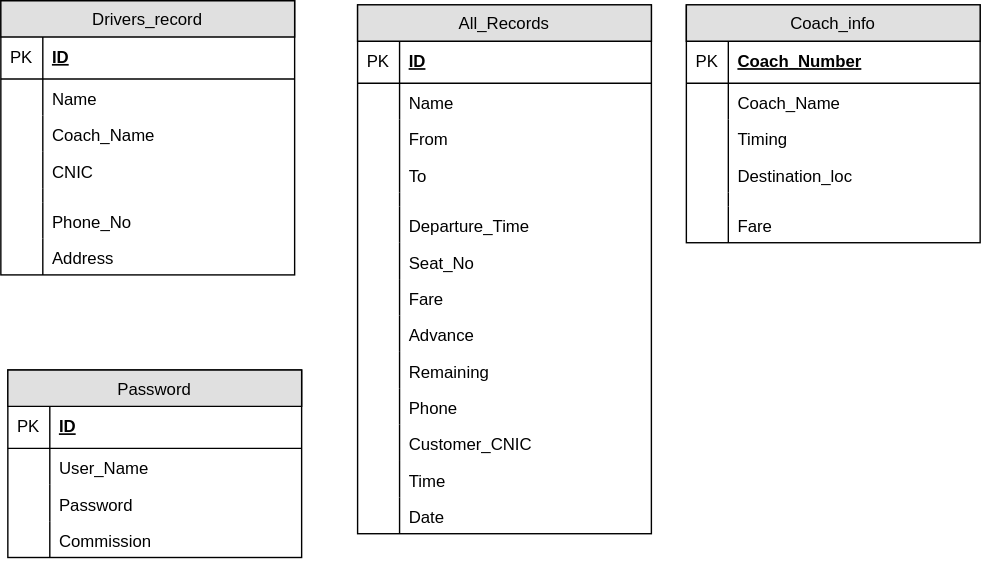
Earlier version of the draw.io export ERD.svg (Tabish810/Server-Side-App). Source tidied: cells renumbered, new cells last; positions are measured from the earlier drawing's top-left corner, leaving out a move shared by most shapes. Its diagram source:
```xml
<mxGraphModel background="#ffffff">
  <root>
    <mxCell id="0" />
    <mxCell id="1" parent="0" />
    <mxCell id="2" value="All_Records" style="swimlane;fontStyle=0;horizontal=1;startSize=26;fillColor=#e0e0e0;swimlaneFillColor=#ffffff;align=center;" parent="1" vertex="1">
      <mxGeometry x="255" y="3" width="210" height="378" as="geometry" />
    </mxCell>
    <mxCell id="3" value="ID" style="shape=partialRectangle;top=0;left=0;right=0;bottom=1;align=left;verticalAlign=middle;fillColor=none;spacingLeft=34;spacingRight=4;overflow=hidden;fontStyle=5;" parent="2" vertex="1">
      <mxGeometry y="26" width="210" height="30" as="geometry" />
    </mxCell>
    <mxCell id="4" value="PK" style="shape=partialRectangle;top=0;left=0;bottom=0;fillColor=none;align=left;verticalAlign=middle;spacingLeft=4;spacingRight=4;overflow=hidden;" parent="3" vertex="1">
      <mxGeometry width="30" height="30" as="geometry" />
    </mxCell>
    <mxCell id="5" value="Name" style="shape=partialRectangle;top=0;left=0;right=0;bottom=0;align=left;verticalAlign=top;fillColor=none;spacingLeft=34;spacingRight=4;overflow=hidden;" parent="2" vertex="1">
      <mxGeometry y="56" width="210" height="26" as="geometry" />
    </mxCell>
    <mxCell id="6" style="shape=partialRectangle;top=0;left=0;bottom=0;fillColor=none;align=left;verticalAlign=top;spacingLeft=4;spacingRight=4;overflow=hidden;" parent="5" vertex="1">
      <mxGeometry width="30" height="26" as="geometry" />
    </mxCell>
    <mxCell id="7" value="From" style="shape=partialRectangle;top=0;left=0;right=0;bottom=0;align=left;verticalAlign=top;fillColor=none;spacingLeft=34;spacingRight=4;overflow=hidden;" parent="2" vertex="1">
      <mxGeometry y="82" width="210" height="26" as="geometry" />
    </mxCell>
    <mxCell id="8" style="shape=partialRectangle;top=0;left=0;bottom=0;fillColor=none;align=left;verticalAlign=top;spacingLeft=4;spacingRight=4;overflow=hidden;" parent="7" vertex="1">
      <mxGeometry width="30" height="26" as="geometry" />
    </mxCell>
    <mxCell id="9" value="To" style="shape=partialRectangle;top=0;left=0;right=0;bottom=0;align=left;verticalAlign=top;fillColor=none;spacingLeft=34;spacingRight=4;overflow=hidden;" parent="2" vertex="1">
      <mxGeometry y="108" width="210" height="26" as="geometry" />
    </mxCell>
    <mxCell id="10" style="shape=partialRectangle;top=0;left=0;bottom=0;fillColor=none;align=left;verticalAlign=top;spacingLeft=4;spacingRight=4;overflow=hidden;" parent="9" vertex="1">
      <mxGeometry width="30" height="26" as="geometry" />
    </mxCell>
    <mxCell id="11" style="shape=partialRectangle;top=0;left=0;right=0;bottom=0;align=left;verticalAlign=top;fillColor=none;spacingLeft=34;spacingRight=4;overflow=hidden;" parent="2" vertex="1">
      <mxGeometry y="134" width="210" height="10" as="geometry" />
    </mxCell>
    <mxCell id="12" style="shape=partialRectangle;top=0;left=0;bottom=0;fillColor=none;align=left;verticalAlign=top;spacingLeft=4;spacingRight=4;overflow=hidden;" parent="11" vertex="1">
      <mxGeometry width="30" height="10" as="geometry" />
    </mxCell>
    <mxCell id="13" value="Departure_Time" style="shape=partialRectangle;top=0;left=0;right=0;bottom=0;align=left;verticalAlign=top;fillColor=none;spacingLeft=34;spacingRight=4;overflow=hidden;" parent="2" vertex="1">
      <mxGeometry y="144" width="210" height="26" as="geometry" />
    </mxCell>
    <mxCell id="14" style="shape=partialRectangle;top=0;left=0;bottom=0;fillColor=none;align=left;verticalAlign=top;spacingLeft=4;spacingRight=4;overflow=hidden;" parent="13" vertex="1">
      <mxGeometry width="30" height="26" as="geometry" />
    </mxCell>
    <mxCell id="15" value="Seat_No" style="shape=partialRectangle;top=0;left=0;right=0;bottom=0;align=left;verticalAlign=top;fillColor=none;spacingLeft=34;spacingRight=4;overflow=hidden;" parent="2" vertex="1">
      <mxGeometry y="170" width="210" height="26" as="geometry" />
    </mxCell>
    <mxCell id="16" style="shape=partialRectangle;top=0;left=0;bottom=0;fillColor=none;align=left;verticalAlign=top;spacingLeft=4;spacingRight=4;overflow=hidden;" parent="15" vertex="1">
      <mxGeometry width="30" height="26" as="geometry" />
    </mxCell>
    <mxCell id="17" value="Fare" style="shape=partialRectangle;top=0;left=0;right=0;bottom=0;align=left;verticalAlign=top;fillColor=none;spacingLeft=34;spacingRight=4;overflow=hidden;" parent="2" vertex="1">
      <mxGeometry y="196" width="210" height="26" as="geometry" />
    </mxCell>
    <mxCell id="18" style="shape=partialRectangle;top=0;left=0;bottom=0;fillColor=none;align=left;verticalAlign=top;spacingLeft=4;spacingRight=4;overflow=hidden;" parent="17" vertex="1">
      <mxGeometry width="30" height="26" as="geometry" />
    </mxCell>
    <mxCell id="19" value="Advance" style="shape=partialRectangle;top=0;left=0;right=0;bottom=0;align=left;verticalAlign=top;fillColor=none;spacingLeft=34;spacingRight=4;overflow=hidden;" parent="2" vertex="1">
      <mxGeometry y="222" width="210" height="26" as="geometry" />
    </mxCell>
    <mxCell id="20" style="shape=partialRectangle;top=0;left=0;bottom=0;fillColor=none;align=left;verticalAlign=top;spacingLeft=4;spacingRight=4;overflow=hidden;" parent="19" vertex="1">
      <mxGeometry width="30" height="26" as="geometry" />
    </mxCell>
    <mxCell id="21" value="Remaining" style="shape=partialRectangle;top=0;left=0;right=0;bottom=0;align=left;verticalAlign=top;fillColor=none;spacingLeft=34;spacingRight=4;overflow=hidden;" parent="2" vertex="1">
      <mxGeometry y="248" width="210" height="26" as="geometry" />
    </mxCell>
    <mxCell id="22" style="shape=partialRectangle;top=0;left=0;bottom=0;fillColor=none;align=left;verticalAlign=top;spacingLeft=4;spacingRight=4;overflow=hidden;" parent="21" vertex="1">
      <mxGeometry width="30" height="26" as="geometry" />
    </mxCell>
    <mxCell id="23" value="Phone" style="shape=partialRectangle;top=0;left=0;right=0;bottom=0;align=left;verticalAlign=top;fillColor=none;spacingLeft=34;spacingRight=4;overflow=hidden;" parent="2" vertex="1">
      <mxGeometry y="274" width="210" height="26" as="geometry" />
    </mxCell>
    <mxCell id="24" style="shape=partialRectangle;top=0;left=0;bottom=0;fillColor=none;align=left;verticalAlign=top;spacingLeft=4;spacingRight=4;overflow=hidden;" parent="23" vertex="1">
      <mxGeometry width="30" height="26" as="geometry" />
    </mxCell>
    <mxCell id="25" value="Customer_CNIC" style="shape=partialRectangle;top=0;left=0;right=0;bottom=0;align=left;verticalAlign=top;fillColor=none;spacingLeft=34;spacingRight=4;overflow=hidden;" parent="2" vertex="1">
      <mxGeometry y="300" width="210" height="26" as="geometry" />
    </mxCell>
    <mxCell id="26" style="shape=partialRectangle;top=0;left=0;bottom=0;fillColor=none;align=left;verticalAlign=top;spacingLeft=4;spacingRight=4;overflow=hidden;" parent="25" vertex="1">
      <mxGeometry width="30" height="26" as="geometry" />
    </mxCell>
    <mxCell id="27" value="Time" style="shape=partialRectangle;top=0;left=0;right=0;bottom=0;align=left;verticalAlign=top;fillColor=none;spacingLeft=34;spacingRight=4;overflow=hidden;" parent="2" vertex="1">
      <mxGeometry y="326" width="210" height="26" as="geometry" />
    </mxCell>
    <mxCell id="28" style="shape=partialRectangle;top=0;left=0;bottom=0;fillColor=none;align=left;verticalAlign=top;spacingLeft=4;spacingRight=4;overflow=hidden;" parent="27" vertex="1">
      <mxGeometry width="30" height="26" as="geometry" />
    </mxCell>
    <mxCell id="29" value="Date" style="shape=partialRectangle;top=0;left=0;right=0;bottom=0;align=left;verticalAlign=top;fillColor=none;spacingLeft=34;spacingRight=4;overflow=hidden;" parent="2" vertex="1">
      <mxGeometry y="352" width="210" height="26" as="geometry" />
    </mxCell>
    <mxCell id="30" style="shape=partialRectangle;top=0;left=0;bottom=0;fillColor=none;align=left;verticalAlign=top;spacingLeft=4;spacingRight=4;overflow=hidden;" parent="29" vertex="1">
      <mxGeometry width="30" height="26" as="geometry" />
    </mxCell>
    <mxCell id="31" value="Drivers_record" style="swimlane;fontStyle=0;horizontal=1;startSize=26;fillColor=#e0e0e0;swimlaneFillColor=#ffffff;align=center;" parent="1" vertex="1">
      <mxGeometry width="210" height="196" as="geometry" />
    </mxCell>
    <mxCell id="32" value="ID" style="shape=partialRectangle;top=0;left=0;right=0;bottom=1;align=left;verticalAlign=middle;fillColor=none;spacingLeft=34;spacingRight=4;overflow=hidden;fontStyle=5;" parent="31" vertex="1">
      <mxGeometry y="26" width="210" height="30" as="geometry" />
    </mxCell>
    <mxCell id="33" value="PK" style="shape=partialRectangle;top=0;left=0;bottom=0;fillColor=none;align=left;verticalAlign=middle;spacingLeft=4;spacingRight=4;overflow=hidden;" parent="32" vertex="1">
      <mxGeometry width="30" height="30" as="geometry" />
    </mxCell>
    <mxCell id="34" value="Name" style="shape=partialRectangle;top=0;left=0;right=0;bottom=0;align=left;verticalAlign=top;fillColor=none;spacingLeft=34;spacingRight=4;overflow=hidden;" parent="31" vertex="1">
      <mxGeometry y="56" width="210" height="26" as="geometry" />
    </mxCell>
    <mxCell id="35" style="shape=partialRectangle;top=0;left=0;bottom=0;fillColor=none;align=left;verticalAlign=top;spacingLeft=4;spacingRight=4;overflow=hidden;" parent="34" vertex="1">
      <mxGeometry width="30" height="26" as="geometry" />
    </mxCell>
    <mxCell id="36" value="Coach_Name" style="shape=partialRectangle;top=0;left=0;right=0;bottom=0;align=left;verticalAlign=top;fillColor=none;spacingLeft=34;spacingRight=4;overflow=hidden;" parent="31" vertex="1">
      <mxGeometry y="82" width="210" height="26" as="geometry" />
    </mxCell>
    <mxCell id="37" style="shape=partialRectangle;top=0;left=0;bottom=0;fillColor=none;align=left;verticalAlign=top;spacingLeft=4;spacingRight=4;overflow=hidden;" parent="36" vertex="1">
      <mxGeometry width="30" height="26" as="geometry" />
    </mxCell>
    <mxCell id="38" value="CNIC" style="shape=partialRectangle;top=0;left=0;right=0;bottom=0;align=left;verticalAlign=top;fillColor=none;spacingLeft=34;spacingRight=4;overflow=hidden;" parent="31" vertex="1">
      <mxGeometry y="108" width="210" height="26" as="geometry" />
    </mxCell>
    <mxCell id="39" style="shape=partialRectangle;top=0;left=0;bottom=0;fillColor=none;align=left;verticalAlign=top;spacingLeft=4;spacingRight=4;overflow=hidden;" parent="38" vertex="1">
      <mxGeometry width="30" height="26" as="geometry" />
    </mxCell>
    <mxCell id="40" style="shape=partialRectangle;top=0;left=0;right=0;bottom=0;align=left;verticalAlign=top;fillColor=none;spacingLeft=34;spacingRight=4;overflow=hidden;" parent="31" vertex="1">
      <mxGeometry y="134" width="210" height="10" as="geometry" />
    </mxCell>
    <mxCell id="41" style="shape=partialRectangle;top=0;left=0;bottom=0;fillColor=none;align=left;verticalAlign=top;spacingLeft=4;spacingRight=4;overflow=hidden;" parent="40" vertex="1">
      <mxGeometry width="30" height="10" as="geometry" />
    </mxCell>
    <mxCell id="42" value="Phone_No" style="shape=partialRectangle;top=0;left=0;right=0;bottom=0;align=left;verticalAlign=top;fillColor=none;spacingLeft=34;spacingRight=4;overflow=hidden;" parent="31" vertex="1">
      <mxGeometry y="144" width="210" height="26" as="geometry" />
    </mxCell>
    <mxCell id="43" style="shape=partialRectangle;top=0;left=0;bottom=0;fillColor=none;align=left;verticalAlign=top;spacingLeft=4;spacingRight=4;overflow=hidden;" parent="42" vertex="1">
      <mxGeometry width="30" height="26" as="geometry" />
    </mxCell>
    <mxCell id="44" value="Address" style="shape=partialRectangle;top=0;left=0;right=0;bottom=0;align=left;verticalAlign=top;fillColor=none;spacingLeft=34;spacingRight=4;overflow=hidden;" parent="31" vertex="1">
      <mxGeometry y="170" width="210" height="26" as="geometry" />
    </mxCell>
    <mxCell id="45" style="shape=partialRectangle;top=0;left=0;bottom=0;fillColor=none;align=left;verticalAlign=top;spacingLeft=4;spacingRight=4;overflow=hidden;" parent="44" vertex="1">
      <mxGeometry width="30" height="26" as="geometry" />
    </mxCell>
    <mxCell id="46" value="Coach_info" style="swimlane;fontStyle=0;horizontal=1;startSize=26;fillColor=#e0e0e0;swimlaneFillColor=#ffffff;align=center;" parent="1" vertex="1">
      <mxGeometry x="490" y="3" width="210" height="170" as="geometry" />
    </mxCell>
    <mxCell id="47" value="Coach_Number" style="shape=partialRectangle;top=0;left=0;right=0;bottom=1;align=left;verticalAlign=middle;fillColor=none;spacingLeft=34;spacingRight=4;overflow=hidden;fontStyle=5;" parent="46" vertex="1">
      <mxGeometry y="26" width="210" height="30" as="geometry" />
    </mxCell>
    <mxCell id="48" value="PK" style="shape=partialRectangle;top=0;left=0;bottom=0;fillColor=none;align=left;verticalAlign=middle;spacingLeft=4;spacingRight=4;overflow=hidden;" parent="47" vertex="1">
      <mxGeometry width="30" height="30" as="geometry" />
    </mxCell>
    <mxCell id="49" value="Coach_Name" style="shape=partialRectangle;top=0;left=0;right=0;bottom=0;align=left;verticalAlign=top;fillColor=none;spacingLeft=34;spacingRight=4;overflow=hidden;" parent="46" vertex="1">
      <mxGeometry y="56" width="210" height="26" as="geometry" />
    </mxCell>
    <mxCell id="50" style="shape=partialRectangle;top=0;left=0;bottom=0;fillColor=none;align=left;verticalAlign=top;spacingLeft=4;spacingRight=4;overflow=hidden;" parent="49" vertex="1">
      <mxGeometry width="30" height="26" as="geometry" />
    </mxCell>
    <mxCell id="51" value="Timing" style="shape=partialRectangle;top=0;left=0;right=0;bottom=0;align=left;verticalAlign=top;fillColor=none;spacingLeft=34;spacingRight=4;overflow=hidden;points=[[0,0.5],[1,0.5]];portConstraint=eastwest;" parent="46" vertex="1">
      <mxGeometry y="82" width="210" height="26" as="geometry" />
    </mxCell>
    <mxCell id="52" style="shape=partialRectangle;top=0;left=0;bottom=0;fillColor=none;align=left;verticalAlign=top;spacingLeft=4;spacingRight=4;overflow=hidden;" parent="51" vertex="1">
      <mxGeometry width="30" height="26" as="geometry" />
    </mxCell>
    <mxCell id="53" value="Destination_loc" style="shape=partialRectangle;top=0;left=0;right=0;bottom=0;align=left;verticalAlign=top;fillColor=none;spacingLeft=34;spacingRight=4;overflow=hidden;" parent="46" vertex="1">
      <mxGeometry y="108" width="210" height="26" as="geometry" />
    </mxCell>
    <mxCell id="54" style="shape=partialRectangle;top=0;left=0;bottom=0;fillColor=none;align=left;verticalAlign=top;spacingLeft=4;spacingRight=4;overflow=hidden;" parent="53" vertex="1">
      <mxGeometry width="30" height="26" as="geometry" />
    </mxCell>
    <mxCell id="55" style="shape=partialRectangle;top=0;left=0;right=0;bottom=0;align=left;verticalAlign=top;fillColor=none;spacingLeft=34;spacingRight=4;overflow=hidden;" parent="46" vertex="1">
      <mxGeometry y="134" width="210" height="10" as="geometry" />
    </mxCell>
    <mxCell id="56" style="shape=partialRectangle;top=0;left=0;bottom=0;fillColor=none;align=left;verticalAlign=top;spacingLeft=4;spacingRight=4;overflow=hidden;" parent="55" vertex="1">
      <mxGeometry width="30" height="10" as="geometry" />
    </mxCell>
    <mxCell id="57" value="Fare" style="shape=partialRectangle;top=0;left=0;right=0;bottom=0;align=left;verticalAlign=top;fillColor=none;spacingLeft=34;spacingRight=4;overflow=hidden;" parent="46" vertex="1">
      <mxGeometry y="144" width="210" height="26" as="geometry" />
    </mxCell>
    <mxCell id="58" style="shape=partialRectangle;top=0;left=0;bottom=0;fillColor=none;align=left;verticalAlign=top;spacingLeft=4;spacingRight=4;overflow=hidden;" parent="57" vertex="1">
      <mxGeometry width="30" height="26" as="geometry" />
    </mxCell>
    <mxCell id="59" value="Password" style="swimlane;fontStyle=0;horizontal=1;startSize=26;fillColor=#e0e0e0;swimlaneFillColor=#ffffff;align=center;" parent="1" vertex="1">
      <mxGeometry x="5" y="264" width="210" height="134" as="geometry" />
    </mxCell>
    <mxCell id="60" value="ID" style="shape=partialRectangle;top=0;left=0;right=0;bottom=1;align=left;verticalAlign=middle;fillColor=none;spacingLeft=34;spacingRight=4;overflow=hidden;fontStyle=5;" parent="59" vertex="1">
      <mxGeometry y="26" width="210" height="30" as="geometry" />
    </mxCell>
    <mxCell id="61" value="PK" style="shape=partialRectangle;top=0;left=0;bottom=0;fillColor=none;align=left;verticalAlign=middle;spacingLeft=4;spacingRight=4;overflow=hidden;" parent="60" vertex="1">
      <mxGeometry width="30" height="30" as="geometry" />
    </mxCell>
    <mxCell id="62" value="User_Name" style="shape=partialRectangle;top=0;left=0;right=0;bottom=0;align=left;verticalAlign=top;fillColor=none;spacingLeft=34;spacingRight=4;overflow=hidden;" parent="59" vertex="1">
      <mxGeometry y="56" width="210" height="26" as="geometry" />
    </mxCell>
    <mxCell id="63" style="shape=partialRectangle;top=0;left=0;bottom=0;fillColor=none;align=left;verticalAlign=top;spacingLeft=4;spacingRight=4;overflow=hidden;" parent="62" vertex="1">
      <mxGeometry width="30" height="26" as="geometry" />
    </mxCell>
    <mxCell id="64" value="Password" style="shape=partialRectangle;top=0;left=0;right=0;bottom=0;align=left;verticalAlign=top;fillColor=none;spacingLeft=34;spacingRight=4;overflow=hidden;" parent="59" vertex="1">
      <mxGeometry y="82" width="210" height="26" as="geometry" />
    </mxCell>
    <mxCell id="65" style="shape=partialRectangle;top=0;left=0;bottom=0;fillColor=none;align=left;verticalAlign=top;spacingLeft=4;spacingRight=4;overflow=hidden;" parent="64" vertex="1">
      <mxGeometry width="30" height="26" as="geometry" />
    </mxCell>
    <mxCell id="66" value="Commission" style="shape=partialRectangle;top=0;left=0;right=0;bottom=0;align=left;verticalAlign=top;fillColor=none;spacingLeft=34;spacingRight=4;overflow=hidden;" parent="59" vertex="1">
      <mxGeometry y="108" width="210" height="26" as="geometry" />
    </mxCell>
    <mxCell id="67" style="shape=partialRectangle;top=0;left=0;bottom=0;fillColor=none;align=left;verticalAlign=top;spacingLeft=4;spacingRight=4;overflow=hidden;" parent="66" vertex="1">
      <mxGeometry width="30" height="26" as="geometry" />
    </mxCell>
  </root>
</mxGraphModel>
```
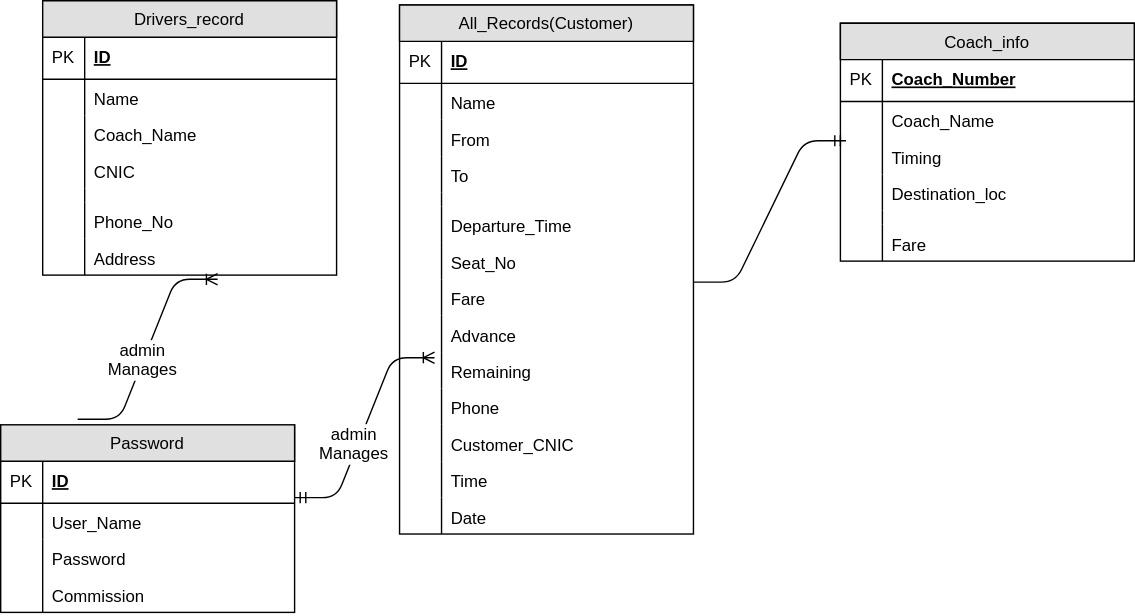
The same diagram one commit later.

Diff of the diagram source:
```diff
@@ -1,8 +1,8 @@
-<mxGraphModel background="#ffffff">
+<mxGraphModel>
   <root>
     <mxCell id="0" />
     <mxCell id="1" parent="0" />
-    <mxCell id="2" value="All_Records" style="swimlane;fontStyle=0;horizontal=1;startSize=26;fillColor=#e0e0e0;swimlaneFillColor=#ffffff;align=center;" parent="1" vertex="1">
+    <mxCell id="2" value="All_Records(Customer)" style="swimlane;fontStyle=0;horizontal=1;startSize=26;fillColor=#e0e0e0;swimlaneFillColor=#ffffff;align=center;" parent="1" vertex="1">
       <mxGeometry x="255" y="3" width="210" height="378" as="geometry" />
     </mxCell>
     <mxCell id="3" value="ID" style="shape=partialRectangle;top=0;left=0;right=0;bottom=1;align=left;verticalAlign=middle;fillColor=none;spacingLeft=34;spacingRight=4;overflow=hidden;fontStyle=5;" parent="2" vertex="1">
@@ -134,8 +134,19 @@
     <mxCell id="45" style="shape=partialRectangle;top=0;left=0;bottom=0;fillColor=none;align=left;verticalAlign=top;spacingLeft=4;spacingRight=4;overflow=hidden;" parent="44" vertex="1">
       <mxGeometry width="30" height="26" as="geometry" />
     </mxCell>
+    <mxCell id="68" style="edgeStyle=entityRelationEdgeStyle;html=1;endArrow=ERoneToMany;" parent="31" edge="1">
+      <mxGeometry relative="1" as="geometry">
+        <mxPoint x="25" y="299" as="sourcePoint" />
+        <mxPoint x="125" y="199" as="targetPoint" />
+      </mxGeometry>
+    </mxCell>
+    <mxCell id="69" value="admin&amp;nbsp;&lt;div&gt;Manages&amp;nbsp;&lt;/div&gt;" style="text;html=1;align=center;verticalAlign=middle;labelBackgroundColor=#ffffff;" parent="68" vertex="1">
+      <mxGeometry x="-0.08" relative="1" as="geometry">
+        <mxPoint x="1" as="offset" />
+      </mxGeometry>
+    </mxCell>
     <mxCell id="46" value="Coach_info" style="swimlane;fontStyle=0;horizontal=1;startSize=26;fillColor=#e0e0e0;swimlaneFillColor=#ffffff;align=center;" parent="1" vertex="1">
-      <mxGeometry x="490" y="3" width="210" height="170" as="geometry" />
+      <mxGeometry x="570" y="16" width="210" height="170" as="geometry" />
     </mxCell>
     <mxCell id="47" value="Coach_Number" style="shape=partialRectangle;top=0;left=0;right=0;bottom=1;align=left;verticalAlign=middle;fillColor=none;spacingLeft=34;spacingRight=4;overflow=hidden;fontStyle=5;" parent="46" vertex="1">
       <mxGeometry y="26" width="210" height="30" as="geometry" />
@@ -174,7 +185,7 @@
       <mxGeometry width="30" height="26" as="geometry" />
     </mxCell>
     <mxCell id="59" value="Password" style="swimlane;fontStyle=0;horizontal=1;startSize=26;fillColor=#e0e0e0;swimlaneFillColor=#ffffff;align=center;" parent="1" vertex="1">
-      <mxGeometry x="5" y="264" width="210" height="134" as="geometry" />
+      <mxGeometry x="-30" y="303" width="210" height="134" as="geometry" />
     </mxCell>
     <mxCell id="60" value="ID" style="shape=partialRectangle;top=0;left=0;right=0;bottom=1;align=left;verticalAlign=middle;fillColor=none;spacingLeft=34;spacingRight=4;overflow=hidden;fontStyle=5;" parent="59" vertex="1">
       <mxGeometry y="26" width="210" height="30" as="geometry" />
@@ -200,5 +211,19 @@
     <mxCell id="67" style="shape=partialRectangle;top=0;left=0;bottom=0;fillColor=none;align=left;verticalAlign=top;spacingLeft=4;spacingRight=4;overflow=hidden;" parent="66" vertex="1">
       <mxGeometry width="30" height="26" as="geometry" />
     </mxCell>
+    <mxCell id="70" style="edgeStyle=entityRelationEdgeStyle;html=1;endArrow=ERmandOne;entryX=0.019;entryY=0.087;entryPerimeter=0;" parent="1" edge="1" target="51">
+      <mxGeometry relative="1" as="geometry">
+        <mxPoint x="465" y="201" as="sourcePoint" />
+      </mxGeometry>
+    </mxCell>
+    <mxCell id="71" style="edgeStyle=entityRelationEdgeStyle;html=1;endArrow=ERoneToMany;startArrow=ERmandOne;" parent="1" edge="1">
+      <mxGeometry relative="1" as="geometry">
+        <mxPoint x="180" y="355" as="sourcePoint" />
+        <mxPoint x="280" y="255" as="targetPoint" />
+      </mxGeometry>
+    </mxCell>
+    <mxCell id="72" value="admin&amp;nbsp;&lt;div&gt;Manages&amp;nbsp;&lt;/div&gt;" style="text;html=1;align=center;verticalAlign=middle;labelBackgroundColor=#ffffff;" parent="71" vertex="1">
+      <mxGeometry x="-0.14" y="2" relative="1" as="geometry" />
+    </mxCell>
   </root>
 </mxGraphModel>
```
